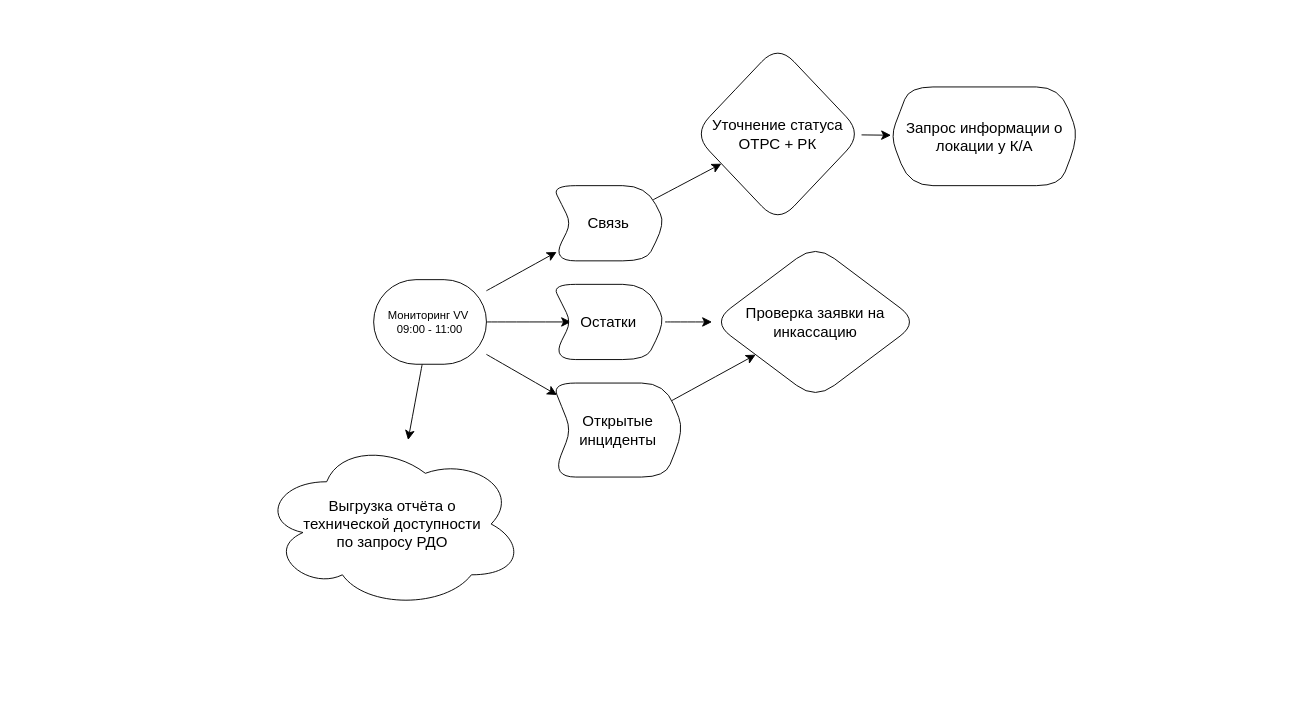
This is page "Page-1" (1 of 2) of Диаграмма без названия.drawio from MaksimTimofeev/demo, a draw.io file, before an edit. Source tidied: cells renumbered, new cells numbered last; positions are measured from the earlier drawing's top-left corner, leaving out a move shared by most shapes. Both pictures are drawn from the tidied source at 94%, with x=0, y=0 at pixel (260, 44).
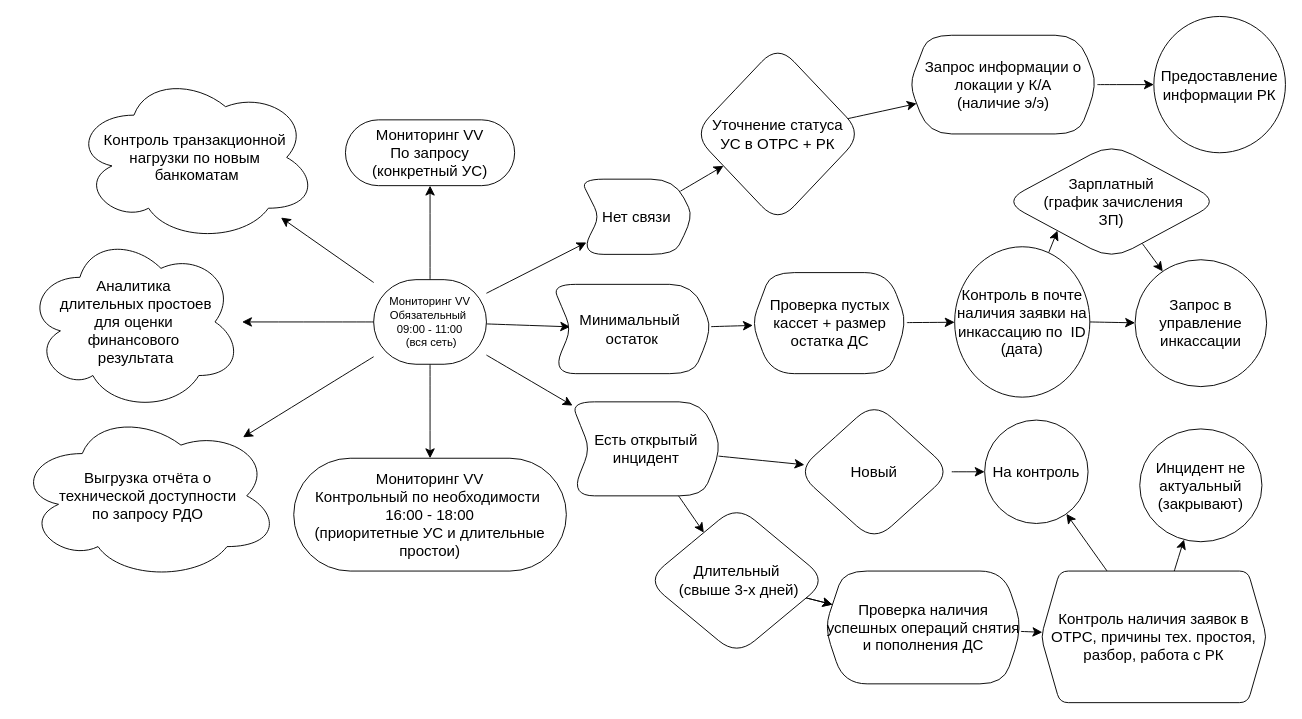
Above is the later version.

Diff of the diagram source:
```diff
@@
+    <mxCell id="12" value="Есть открытый инцидент" style="shape=step;perimeter=stepPerimeter;whiteSpace=wrap;html=1;fixedSize=1;rounded=1;arcSize=50;fontSize=16;" parent="1" vertex="1">
+      <mxGeometry x="330" y="380" width="160" height="100" as="geometry" />
+    </mxCell>
+    <mxCell id="18" value="Инцидент не актуальный (закрывают)" style="ellipse;whiteSpace=wrap;html=1;fontSize=16;rounded=1;arcSize=18;" parent="1" vertex="1">
+      <mxGeometry x="935" y="408.8" width="130" height="120" as="geometry" />
+    </mxCell>
@@
+    <mxCell id="19" style="edgeStyle=none;curved=1;rounded=0;jettySize=auto;html=1;fontSize=12;startSize=8;endSize=8;" parent="1" edge="1" source="6" target="37">
+      <mxGeometry relative="1" as="geometry" />
+    </mxCell>
+    <mxCell id="20" style="edgeStyle=none;curved=1;rounded=0;jettySize=auto;html=1;fontSize=12;startSize=8;endSize=8;" parent="1" edge="1" source="6" target="38">
+      <mxGeometry relative="1" as="geometry" />
+    </mxCell>
+    <mxCell id="21" style="edgeStyle=none;curved=1;rounded=0;jettySize=auto;html=1;fontSize=12;startSize=8;endSize=8;" parent="1" edge="1" source="6" target="44">
+      <mxGeometry relative="1" as="geometry" />
+    </mxCell>
+    <mxCell id="22" style="edgeStyle=none;curved=1;rounded=0;jettySize=auto;html=1;fontSize=12;startSize=8;endSize=8;" parent="1" edge="1" source="6" target="45">
+      <mxGeometry relative="1" as="geometry" />
+    </mxCell>
-    <mxCell id="6" value="Мониторинг VV&amp;nbsp;&lt;br&gt;09:00 - 11:00" style="shape=ext;rounded=1;html=1;whiteSpace=wrap;arcSize=50;direction=west;" parent="1" vertex="1">
+    <mxCell id="6" value="Мониторинг VV&lt;br&gt;Обязательный&amp;nbsp;&lt;br&gt;09:00 - 11:00&lt;br&gt;&amp;nbsp;(вся сеть)" style="shape=ext;rounded=1;html=1;whiteSpace=wrap;arcSize=50;direction=west;" parent="1" vertex="1">
       <mxGeometry x="120" y="250" width="120" height="90" as="geometry" />
     </mxCell>
-    <mxCell id="7" style="edgeStyle=none;curved=1;rounded=0;jettySize=auto;html=1;fontSize=12;startSize=8;endSize=8;" parent="1" edge="1" source="8" target="17">
-      <mxGeometry relative="1" as="geometry" />
-    </mxCell>
+    <mxCell id="23" style="edgeStyle=none;curved=1;rounded=0;jettySize=auto;html=1;fontSize=12;startSize=8;endSize=8;" parent="1" edge="1" source="8" target="40">
+      <mxGeometry relative="1" as="geometry" />
+    </mxCell>
-    <mxCell id="8" value="Остатки" style="shape=step;perimeter=stepPerimeter;whiteSpace=wrap;html=1;fixedSize=1;rounded=1;arcSize=50;fontSize=16;" parent="1" vertex="1">
-      <mxGeometry x="310" y="255" width="120" height="80" as="geometry" />
+    <mxCell id="8" value="Минимальный&amp;nbsp;&lt;br&gt;остаток" style="shape=step;perimeter=stepPerimeter;whiteSpace=wrap;html=1;fixedSize=1;rounded=1;arcSize=50;fontSize=16;" parent="1" vertex="1">
+      <mxGeometry x="310" y="255" width="170" height="95" as="geometry" />
     </mxCell>
@@
-    <mxCell id="10" value="Связь" style="shape=step;perimeter=stepPerimeter;whiteSpace=wrap;html=1;fixedSize=1;rounded=1;arcSize=50;fontSize=16;" parent="1" vertex="1">
-      <mxGeometry x="310" y="150" width="120" height="80" as="geometry" />
+    <mxCell id="10" value="Нет связи" style="shape=step;perimeter=stepPerimeter;whiteSpace=wrap;html=1;fixedSize=1;rounded=1;arcSize=50;fontSize=16;" parent="1" vertex="1">
+      <mxGeometry x="340" y="143.1" width="120" height="80" as="geometry" />
     </mxCell>
-    <mxCell id="11" style="edgeStyle=none;curved=1;rounded=0;jettySize=auto;html=1;fontSize=12;startSize=8;endSize=8;" parent="1" edge="1" source="12" target="17">
-      <mxGeometry relative="1" as="geometry" />
-    </mxCell>
-    <mxCell id="12" value="Открытые инциденты" style="shape=step;perimeter=stepPerimeter;whiteSpace=wrap;html=1;fixedSize=1;rounded=1;arcSize=50;fontSize=16;" parent="1" vertex="1">
-      <mxGeometry x="310" y="360" width="140" height="100" as="geometry" />
-    </mxCell>
+    <mxCell id="24" style="edgeStyle=none;curved=1;rounded=0;jettySize=auto;html=1;fontSize=12;startSize=8;endSize=8;" parent="1" edge="1" source="12" target="30">
+      <mxGeometry relative="1" as="geometry" />
+    </mxCell>
+    <mxCell id="25" style="edgeStyle=none;curved=1;rounded=0;jettySize=auto;html=1;fontSize=12;startSize=8;endSize=8;" parent="1" edge="1" source="12" target="32">
+      <mxGeometry relative="1" as="geometry" />
+    </mxCell>
     <mxCell id="13" value="Выгрузка отчёта о &lt;br&gt;технической доступности &lt;br&gt;по запросу РДО" style="ellipse;shape=cloud;whiteSpace=wrap;html=1;rounded=1;arcSize=50;fontSize=16;" parent="1" vertex="1">
-      <mxGeometry y="420" width="280" height="180" as="geometry" />
+      <mxGeometry x="-260" y="390" width="280" height="180" as="geometry" />
     </mxCell>
@@
-    <mxCell id="15" value="Уточнение статуса ОТРС + РК" style="rhombus;whiteSpace=wrap;html=1;fontSize=16;rounded=1;arcSize=50;" parent="1" vertex="1">
+    <mxCell id="15" value="Уточнение статуса&lt;br&gt;УС в ОТРС + РК" style="rhombus;whiteSpace=wrap;html=1;fontSize=16;rounded=1;arcSize=50;" parent="1" vertex="1">
       <mxGeometry x="460" width="180" height="190" as="geometry" />
     </mxCell>
+    <mxCell id="26" style="edgeStyle=none;curved=1;rounded=0;jettySize=auto;html=1;fontSize=12;startSize=8;endSize=8;" parent="1" edge="1" source="16" target="27">
+      <mxGeometry relative="1" as="geometry" />
+    </mxCell>
-    <mxCell id="16" value="Запрос информации о локации у К/А" style="shape=hexagon;perimeter=hexagonPerimeter2;whiteSpace=wrap;html=1;fixedSize=1;fontSize=16;rounded=1;arcSize=50;" parent="1" vertex="1">
-      <mxGeometry x="670" y="45" width="200" height="105" as="geometry" />
+    <mxCell id="16" value="Запрос информации о локации у К/А &lt;br&gt;(наличие э/э)" style="shape=hexagon;perimeter=hexagonPerimeter2;whiteSpace=wrap;html=1;fixedSize=1;fontSize=16;rounded=1;arcSize=50;" parent="1" vertex="1">
+      <mxGeometry x="690" y="-10" width="200" height="105" as="geometry" />
     </mxCell>
-    <mxCell id="17" value="Проверка заявки на инкассацию" style="rhombus;whiteSpace=wrap;html=1;fontSize=16;rounded=1;arcSize=50;" parent="1" vertex="1">
-      <mxGeometry x="480" y="212.5" width="220" height="165" as="geometry" />
-    </mxCell>
+    <mxCell id="27" value="Предоставление информации РК" style="ellipse;whiteSpace=wrap;html=1;fontSize=16;rounded=1;arcSize=50;" parent="1" vertex="1">
+      <mxGeometry x="950" y="-30" width="140" height="145" as="geometry" />
+    </mxCell>
+    <mxCell id="28" style="edgeStyle=none;curved=1;rounded=0;jettySize=auto;html=1;fontSize=12;startSize=8;endSize=8;" parent="1" edge="1" source="48" target="35">
+      <mxGeometry relative="1" as="geometry" />
+    </mxCell>
+    <mxCell id="29" style="edgeStyle=none;curved=1;rounded=0;jettySize=auto;html=1;fontSize=12;startSize=8;endSize=8;" parent="1" edge="1" source="30" target="48">
+      <mxGeometry relative="1" as="geometry" />
+    </mxCell>
+    <mxCell id="30" value="Длительный&lt;br&gt;&amp;nbsp;(свыше 3-х дней)" style="rhombus;whiteSpace=wrap;html=1;fontSize=16;rounded=1;arcSize=50;" parent="1" vertex="1">
+      <mxGeometry x="410" y="490" width="192.5" height="160" as="geometry" />
+    </mxCell>
+    <mxCell id="31" style="edgeStyle=none;curved=1;rounded=0;jettySize=auto;html=1;fontSize=12;startSize=8;endSize=8;" parent="1" edge="1" source="32" target="36">
+      <mxGeometry relative="1" as="geometry" />
+    </mxCell>
+    <mxCell id="32" value="Новый" style="rhombus;whiteSpace=wrap;html=1;fontSize=16;rounded=1;arcSize=50;" parent="1" vertex="1">
+      <mxGeometry x="570" y="380" width="165" height="148.8" as="geometry" />
+    </mxCell>
+    <mxCell id="33" style="edgeStyle=none;curved=1;rounded=0;jettySize=auto;html=1;fontSize=12;startSize=8;endSize=8;" parent="1" edge="1" source="35" target="36">
+      <mxGeometry relative="1" as="geometry" />
+    </mxCell>
+    <mxCell id="34" style="edgeStyle=none;curved=1;rounded=0;jettySize=auto;html=1;fontSize=12;startSize=8;endSize=8;" parent="1" edge="1" source="35" target="18">
+      <mxGeometry relative="1" as="geometry" />
+    </mxCell>
+    <mxCell id="35" value="Контроль наличия заявок в ОТРС, причины тех. простоя, разбор, работа с РК" style="shape=hexagon;perimeter=hexagonPerimeter2;whiteSpace=wrap;html=1;fixedSize=1;fontSize=16;rounded=1;arcSize=18;" parent="1" vertex="1">
+      <mxGeometry x="830" y="560" width="240" height="140" as="geometry" />
+    </mxCell>
+    <mxCell id="36" value="На контроль" style="ellipse;whiteSpace=wrap;html=1;fontSize=16;rounded=1;arcSize=18;" parent="1" vertex="1">
+      <mxGeometry x="770" y="399.4" width="110" height="110" as="geometry" />
+    </mxCell>
+    <mxCell id="37" value="Аналитика&lt;br&gt;&amp;nbsp;длительных простоев&lt;br&gt;для оценки&lt;br&gt;финансового&lt;br&gt;&amp;nbsp;результата" style="ellipse;shape=cloud;whiteSpace=wrap;html=1;rounded=1;arcSize=50;fontSize=16;" parent="1" vertex="1">
+      <mxGeometry x="-250" y="200" width="230" height="190" as="geometry" />
+    </mxCell>
+    <mxCell id="38" value="Контроль транзакционной &lt;br&gt;нагрузки по новым&lt;br&gt;&amp;nbsp;банкоматам" style="ellipse;shape=cloud;whiteSpace=wrap;html=1;rounded=1;arcSize=50;fontSize=16;" parent="1" vertex="1">
+      <mxGeometry x="-200" y="30" width="260" height="180" as="geometry" />
+    </mxCell>
+    <mxCell id="39" style="edgeStyle=none;curved=1;rounded=0;jettySize=auto;html=1;fontSize=12;startSize=8;endSize=8;" parent="1" edge="1" source="40" target="43">
+      <mxGeometry relative="1" as="geometry" />
+    </mxCell>
+    <mxCell id="40" value="Проверка пустых кассет + размер остатка ДС" style="shape=hexagon;perimeter=hexagonPerimeter2;whiteSpace=wrap;html=1;fixedSize=1;fontSize=16;rounded=1;arcSize=50;" parent="1" vertex="1">
+      <mxGeometry x="522.5" y="242.5" width="165" height="107.5" as="geometry" />
+    </mxCell>
+    <mxCell id="41" style="edgeStyle=none;curved=1;rounded=0;jettySize=auto;html=1;fontSize=12;startSize=8;endSize=8;" parent="1" edge="1" source="43" target="46">
+      <mxGeometry relative="1" as="geometry" />
+    </mxCell>
+    <mxCell id="42" style="edgeStyle=none;curved=1;rounded=0;jettySize=auto;html=1;fontSize=12;startSize=8;endSize=8;entryX=0;entryY=1;entryDx=0;entryDy=0;" parent="1" edge="1" source="43" target="50">
+      <mxGeometry relative="1" as="geometry" />
+    </mxCell>
+    <mxCell id="43" value="Контроль в почте наличия заявки на инкассацию по&amp;nbsp; ID (дата)" style="ellipse;whiteSpace=wrap;html=1;fontSize=16;rounded=1;arcSize=50;direction=south;" parent="1" vertex="1">
+      <mxGeometry x="738.1" y="215" width="143.8" height="160" as="geometry" />
+    </mxCell>
+    <mxCell id="44" value="Мониторинг VV&lt;br&gt;Контрольный по необходимости&amp;nbsp;&lt;br&gt;16:00 - 18:00&lt;br&gt;(приоритетные УС и длительные простои)" style="rounded=1;whiteSpace=wrap;html=1;arcSize=50;fontSize=16;" parent="1" vertex="1">
+      <mxGeometry x="35" y="440" width="290" height="120" as="geometry" />
+    </mxCell>
+    <mxCell id="45" value="Мониторинг VV&lt;br&gt;По запросу (конкретный УС)" style="whiteSpace=wrap;html=1;rounded=1;arcSize=50;fontSize=16;" parent="1" vertex="1">
+      <mxGeometry x="90" y="80" width="180" height="70" as="geometry" />
+    </mxCell>
+    <mxCell id="46" value="Запрос в управление инкассации" style="ellipse;whiteSpace=wrap;html=1;fontSize=16;rounded=1;arcSize=50;" parent="1" vertex="1">
+      <mxGeometry x="930" y="228.8" width="140" height="135" as="geometry" />
+    </mxCell>
+    <mxCell id="47" style="edgeStyle=none;curved=1;rounded=0;jettySize=auto;html=1;fontSize=12;startSize=8;endSize=8;" parent="1" edge="1" source="30" target="48">
+      <mxGeometry relative="1" as="geometry" />
+    </mxCell>
+    <mxCell id="48" value="Проверка наличия успешных операций снятия и пополнения ДС" style="shape=hexagon;perimeter=hexagonPerimeter2;whiteSpace=wrap;html=1;fixedSize=1;fontSize=16;rounded=1;arcSize=50;" parent="1" vertex="1">
+      <mxGeometry x="600" y="560" width="210" height="120" as="geometry" />
+    </mxCell>
+    <mxCell id="49" style="edgeStyle=none;curved=1;rounded=0;jettySize=auto;html=1;fontSize=12;startSize=8;endSize=8;" parent="1" edge="1" source="50" target="46">
+      <mxGeometry relative="1" as="geometry" />
+    </mxCell>
+    <mxCell id="50" value="Зарплатный&lt;br&gt;&amp;nbsp;(график зачисления&lt;br&gt;ЗП)" style="rhombus;whiteSpace=wrap;html=1;fontSize=16;rounded=1;arcSize=50;" parent="1" vertex="1">
+      <mxGeometry x="790" y="105" width="230" height="123.8" as="geometry" />
+    </mxCell>
```
